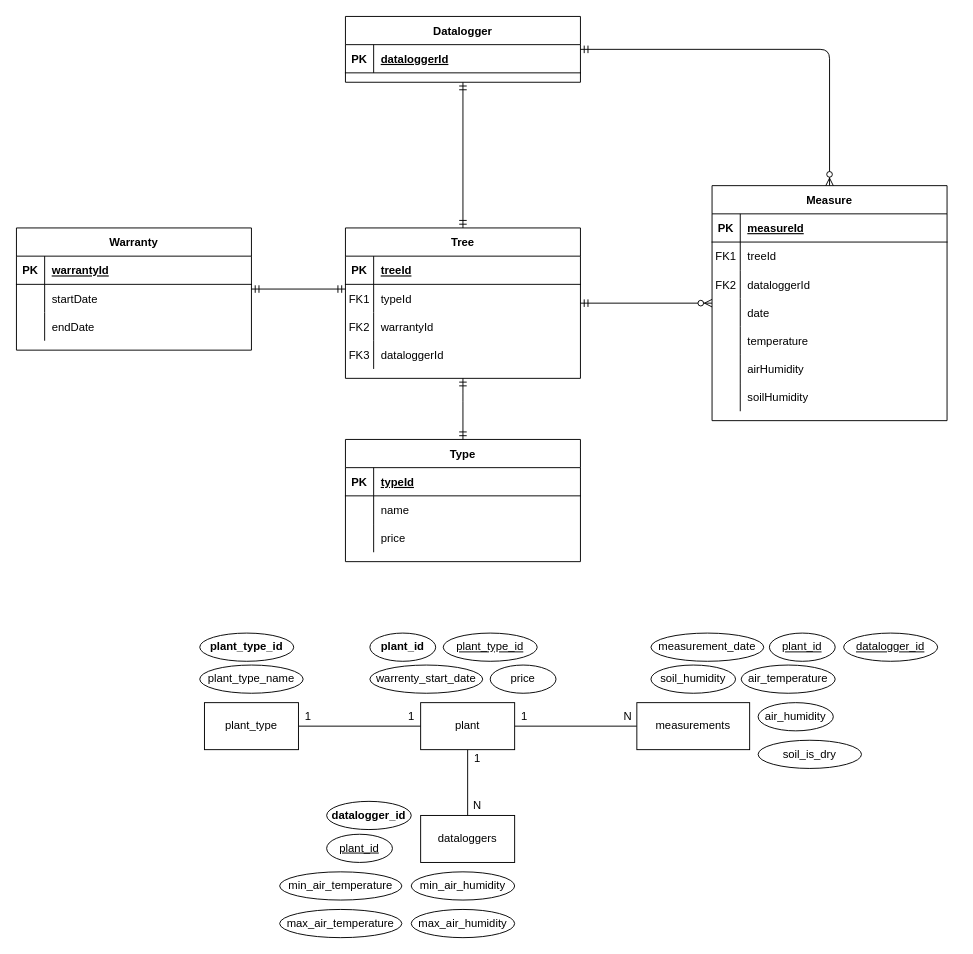
This is Database/treeERD_v4.drawio from mateasv/climate-project-exam, a draw.io file, before an edit. Source tidied: cells renumbered, new cells numbered last; positions are measured from the earlier drawing's top-left corner, leaving out a move shared by most shapes. Both pictures are drawn from the tidied source at 94%, with x=0, y=0 at pixel (16, 16).
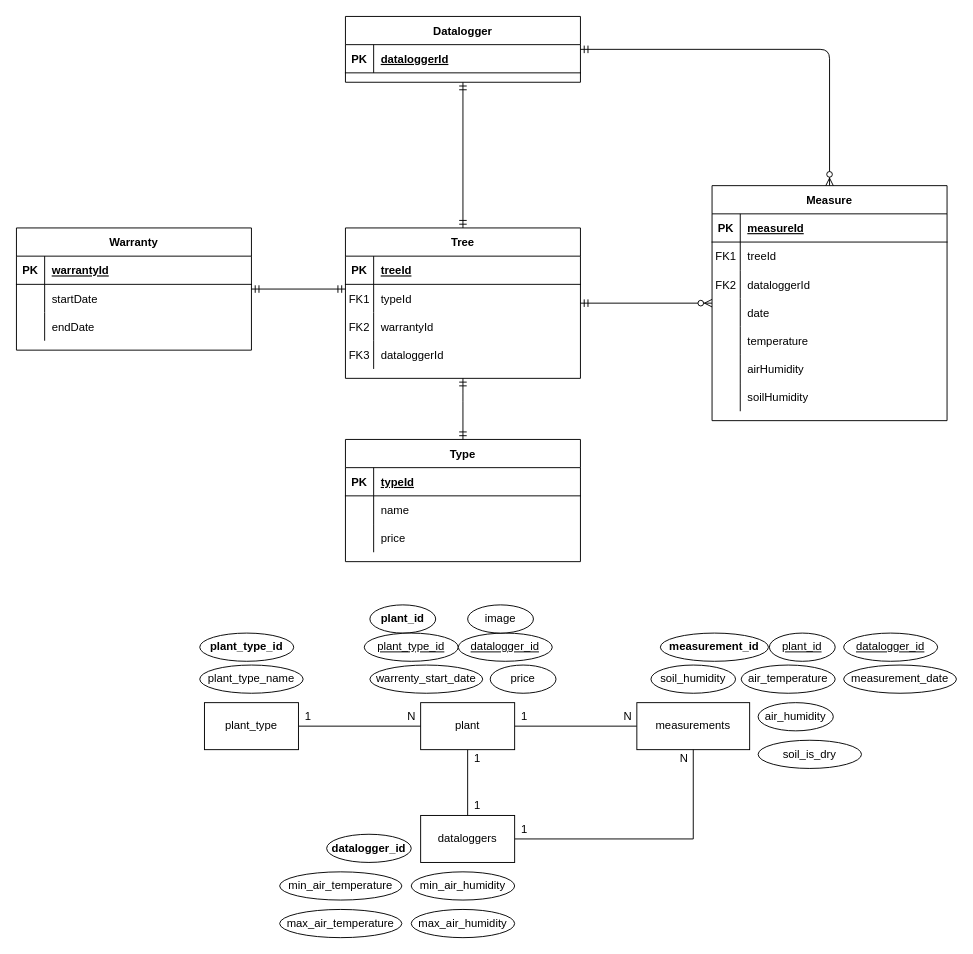
After the change.

The change refers to these unchanged cells:
```xml
<mxCell id="69" value="measurements" style="whiteSpace=wrap;html=1;" parent="1" vertex="1">
  <mxGeometry x="660" y="730" width="120" height="50" as="geometry" />
</mxCell>
<mxCell id="80" value="dataloggers" style="whiteSpace=wrap;html=1;" parent="1" vertex="1">
  <mxGeometry x="430" y="850" width="100" height="50" as="geometry" />
</mxCell>
```

What changed in the source:
```diff
@@
     <mxCell id="70" value="plant_id" style="ellipse;whiteSpace=wrap;html=1;fontStyle=1;" parent="1" vertex="1">
-      <mxGeometry x="376" y="656" width="70" height="30" as="geometry" />
+      <mxGeometry x="376" y="626" width="70" height="30" as="geometry" />
     </mxCell>
     <mxCell id="71" value="plant_type_id" style="ellipse;whiteSpace=wrap;html=1;fontStyle=4;" parent="1" vertex="1">
-      <mxGeometry x="454" y="656" width="100" height="30" as="geometry" />
+      <mxGeometry x="370" y="656" width="100" height="30" as="geometry" />
     </mxCell>
@@
     <mxCell id="74" value="&lt;span style=&quot;&quot;&gt;measurement_date&lt;/span&gt;" style="ellipse;whiteSpace=wrap;html=1;fontStyle=0;" parent="1" vertex="1">
-      <mxGeometry x="675" y="656" width="120" height="30" as="geometry" />
+      <mxGeometry x="880" y="690" width="120" height="30" as="geometry" />
     </mxCell>
@@
+    <mxCell id="98" style="edgeStyle=orthogonalEdgeStyle;rounded=0;jettySize=auto;html=1;endArrow=none;endFill=0;" parent="1" edge="1" source="80" target="69">
+      <mxGeometry relative="1" as="geometry" />
+    </mxCell>
@@
     <mxCell id="81" value="datalogger_id" style="ellipse;whiteSpace=wrap;html=1;fontStyle=1;" parent="1" vertex="1">
-      <mxGeometry x="330" y="835" width="90" height="30" as="geometry" />
+      <mxGeometry x="330" y="870" width="90" height="30" as="geometry" />
     </mxCell>
-    <mxCell id="82" value="plant_id" style="ellipse;whiteSpace=wrap;html=1;fontStyle=4;" parent="1" vertex="1">
-      <mxGeometry x="330" y="870" width="70" height="30" as="geometry" />
-    </mxCell>
@@
-    <mxCell id="94" value="1" style="text;html=1;align=center;verticalAlign=middle;strokeColor=none;fillColor=none;" parent="1" vertex="1">
+    <mxCell id="94" value="N" style="text;html=1;align=center;verticalAlign=middle;strokeColor=none;fillColor=none;" parent="1" vertex="1">
       <mxGeometry x="410" y="735" width="20" height="20" as="geometry" />
     </mxCell>
@@
-    <mxCell id="97" value="N" style="text;html=1;align=center;verticalAlign=middle;strokeColor=none;fillColor=none;" parent="1" vertex="1">
+    <mxCell id="97" value="1" style="text;html=1;align=center;verticalAlign=middle;strokeColor=none;fillColor=none;" parent="1" vertex="1">
       <mxGeometry x="480" y="830" width="20" height="20" as="geometry" />
     </mxCell>
+    <mxCell id="99" value="datalogger_id" style="ellipse;whiteSpace=wrap;html=1;fontStyle=4;" parent="1" vertex="1">
+      <mxGeometry x="470" y="656" width="100" height="30" as="geometry" />
+    </mxCell>
+    <mxCell id="100" value="measurement_id" style="ellipse;whiteSpace=wrap;html=1;fontStyle=1;" parent="1" vertex="1">
+      <mxGeometry x="685" y="656" width="115" height="30" as="geometry" />
+    </mxCell>
+    <mxCell id="101" value="1" style="text;html=1;align=center;verticalAlign=middle;strokeColor=none;fillColor=none;" parent="1" vertex="1">
+      <mxGeometry x="530" y="855" width="20" height="20" as="geometry" />
+    </mxCell>
+    <mxCell id="102" value="N" style="text;html=1;align=center;verticalAlign=middle;strokeColor=none;fillColor=none;" parent="1" vertex="1">
+      <mxGeometry x="700" y="780" width="20" height="20" as="geometry" />
+    </mxCell>
+    <mxCell id="103" value="image" style="ellipse;whiteSpace=wrap;html=1;fontStyle=0;" parent="1" vertex="1">
+      <mxGeometry x="480" y="626" width="70" height="30" as="geometry" />
+    </mxCell>
```
